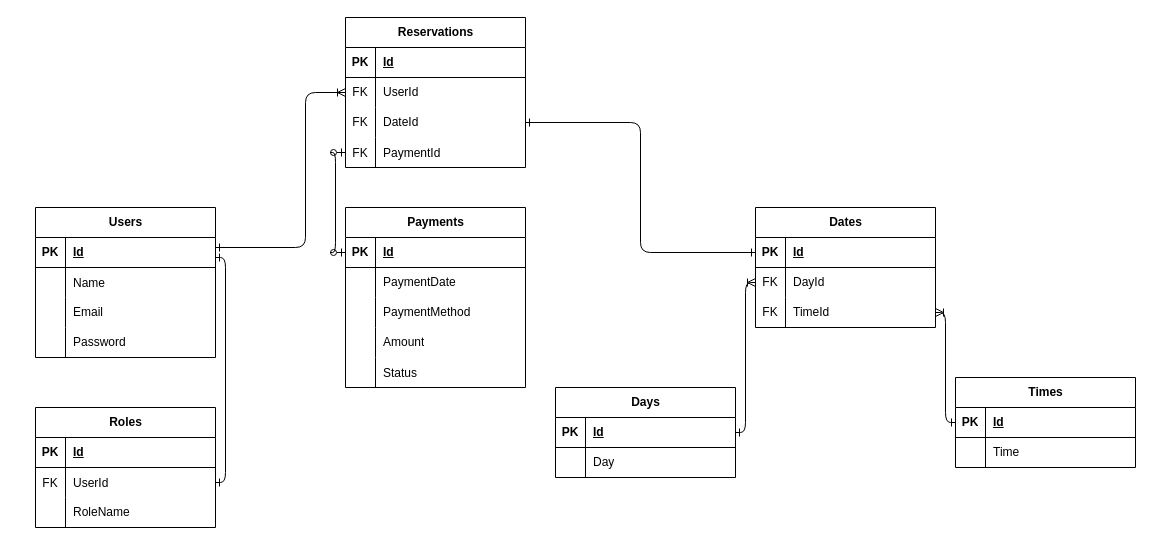
This is database/erd.drawio from BleuSkell/windkracht12, a draw.io file, before an edit. Source tidied: cells renumbered, new cells numbered last; positions are measured from the earlier drawing's top-left corner, leaving out a move shared by most shapes. Both pictures are drawn from the tidied source at 100%, with x=0, y=0 at pixel (35, 17).
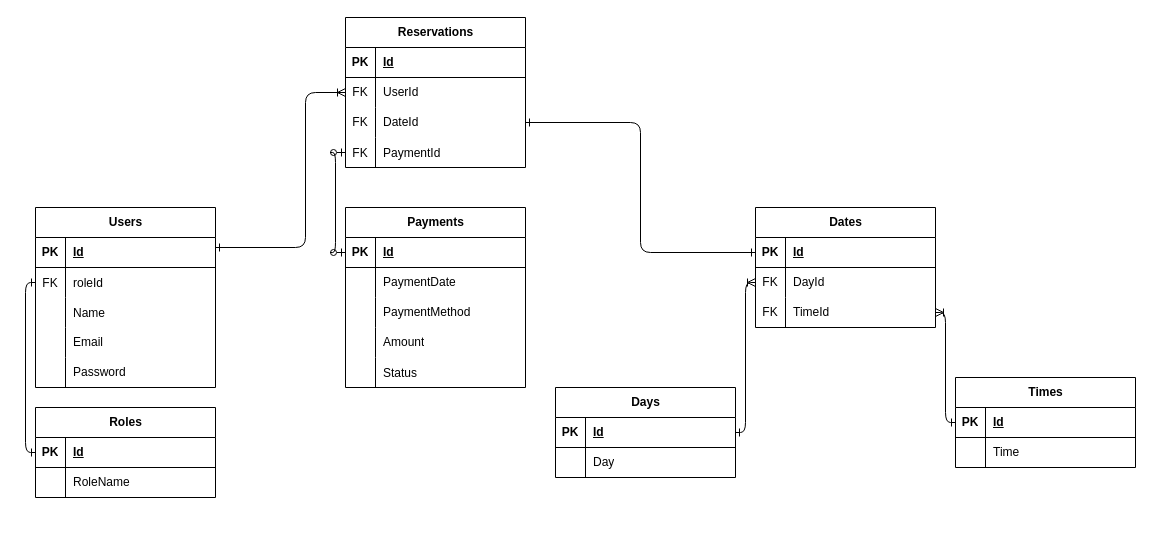
After the change.

Unchanged cells that the change refers to:
```xml
<mxCell id="3" style="shape=tableRow;horizontal=0;startSize=0;swimlaneHead=0;swimlaneBody=0;fillColor=none;points=[[0,0.5],[1,0.5]];portConstraint=eastwest;top=0;left=0;right=0;bottom=1;" parent="2" vertex="1">
  <mxGeometry y="30" width="180" height="30" as="geometry" />
</mxCell>
<mxCell id="16" style="shape=tableRow;horizontal=0;startSize=0;swimlaneHead=0;swimlaneBody=0;fillColor=none;points=[[0,0.5],[1,0.5]];portConstraint=eastwest;top=0;left=0;right=0;bottom=1;" parent="15" vertex="1">
  <mxGeometry y="30" width="180" height="30" as="geometry" />
</mxCell>
```

Diff of the diagram source:
```diff
@@
     <mxCell id="2" value="Users" style="shape=table;startSize=30;childLayout=tableLayout;rowLines=0;fontStyle=1;align=center;html=1;" parent="1" vertex="1">
-      <mxGeometry y="190" width="180" height="150" as="geometry" />
+      <mxGeometry y="190" width="180" height="180" as="geometry" />
     </mxCell>
@@
+    <mxCell id="19" style="shape=tableRow;horizontal=0;startSize=0;swimlaneHead=0;swimlaneBody=0;fillColor=none;points=[[0,0.5],[1,0.5]];portConstraint=eastwest;top=0;left=0;right=0;bottom=0;" parent="2" vertex="1">
+      <mxGeometry y="60" width="180" height="30" as="geometry" />
+    </mxCell>
+    <mxCell id="20" value="FK" style="shape=partialRectangle;fillColor=none;top=0;left=0;bottom=0;right=0;overflow=hidden;" parent="19" vertex="1">
+      <mxGeometry width="30" height="30" as="geometry" />
+    </mxCell>
+    <mxCell id="84" value="roleId" style="shape=partialRectangle;fillColor=none;top=0;left=0;bottom=0;right=0;align=left;spacingLeft=6;overflow=hidden;" parent="19" vertex="1">
+      <mxGeometry x="30" width="150" height="30" as="geometry" />
+    </mxCell>
     <mxCell id="6" style="shape=tableRow;horizontal=0;startSize=0;swimlaneHead=0;swimlaneBody=0;fillColor=none;top=0;left=0;right=0;bottom=0;" parent="2" vertex="1">
-      <mxGeometry y="60" width="180" height="30" as="geometry" />
+      <mxGeometry y="90" width="180" height="30" as="geometry" />
     </mxCell>
@@
     <mxCell id="9" style="shape=tableRow;horizontal=0;startSize=0;swimlaneHead=0;swimlaneBody=0;fillColor=none;top=0;left=0;right=0;bottom=0;" parent="2" vertex="1">
-      <mxGeometry y="90" width="180" height="30" as="geometry" />
+      <mxGeometry y="120" width="180" height="30" as="geometry" />
     </mxCell>
@@
     <mxCell id="12" style="shape=tableRow;horizontal=0;startSize=0;swimlaneHead=0;swimlaneBody=0;fillColor=none;top=0;left=0;right=0;bottom=0;" parent="2" vertex="1">
-      <mxGeometry y="120" width="180" height="30" as="geometry" />
+      <mxGeometry y="150" width="180" height="30" as="geometry" />
     </mxCell>
@@
     <mxCell id="15" value="Roles" style="shape=table;startSize=30;childLayout=tableLayout;rowLines=0;fontStyle=1;align=center;html=1;" parent="1" vertex="1">
-      <mxGeometry y="390" width="180" height="120" as="geometry" />
+      <mxGeometry y="390" width="180" height="90" as="geometry" />
     </mxCell>
@@
-    <mxCell id="19" style="shape=tableRow;horizontal=0;startSize=0;swimlaneHead=0;swimlaneBody=0;fillColor=none;points=[[0,0.5],[1,0.5]];portConstraint=eastwest;top=0;left=0;right=0;bottom=0;" parent="15" vertex="1">
-      <mxGeometry y="60" width="180" height="30" as="geometry" />
-    </mxCell>
-    <mxCell id="20" value="FK" style="shape=partialRectangle;fillColor=none;top=0;left=0;bottom=0;right=0;overflow=hidden;" parent="19" vertex="1">
-      <mxGeometry width="30" height="30" as="geometry" />
-    </mxCell>
-    <mxCell id="21" value="UserId" style="shape=partialRectangle;fillColor=none;top=0;left=0;bottom=0;right=0;align=left;spacingLeft=6;overflow=hidden;" parent="19" vertex="1">
-      <mxGeometry x="30" width="150" height="30" as="geometry" />
-    </mxCell>
     <mxCell id="22" style="shape=tableRow;horizontal=0;startSize=0;swimlaneHead=0;swimlaneBody=0;fillColor=none;top=0;left=0;right=0;bottom=0;" parent="15" vertex="1">
-      <mxGeometry y="90" width="180" height="30" as="geometry" />
+      <mxGeometry y="60" width="180" height="30" as="geometry" />
     </mxCell>
@@
-    <mxCell id="25" style="edgeStyle=orthogonalEdgeStyle;html=1;startArrow=ERone;startFill=0;endArrow=ERone;endFill=0;" parent="1" edge="1" source="3" target="19">
-      <mxGeometry relative="1" as="geometry">
-        <Array as="points">
-          <mxPoint x="190" y="240" />
-          <mxPoint x="190" y="465" />
-        </Array>
-      </mxGeometry>
-    </mxCell>
@@
+    <mxCell id="85" style="edgeStyle=orthogonalEdgeStyle;html=1;startArrow=ERone;startFill=0;endArrow=ERone;endFill=0;" parent="1" edge="1" source="19" target="16">
+      <mxGeometry relative="1" as="geometry">
+        <Array as="points">
+          <mxPoint x="-10" y="265" />
+          <mxPoint x="-10" y="435" />
+        </Array>
+      </mxGeometry>
+    </mxCell>
```
